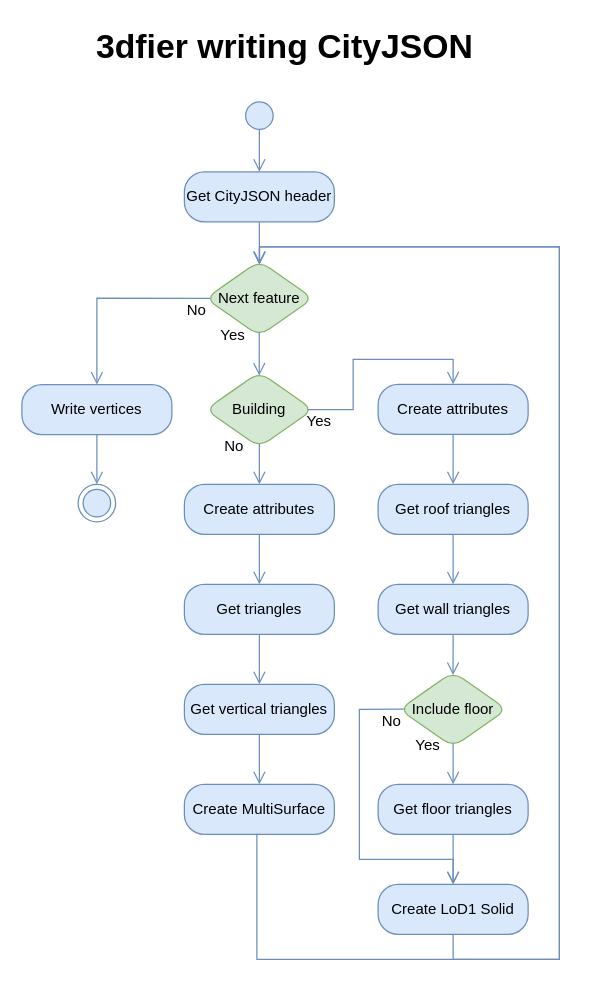
Above: resources/flowdiagrams/3dfier_writing_model_cityjson.drawio in tudelft3d/3dfier (draw.io), before the change. Source tidied: cells renumbered, new cells numbered last; positions are measured from the earlier drawing's top-left corner, leaving out a move shared by most shapes. Both pictures are drawn from the tidied source at 125%, with x=0, y=0 at pixel (21, 21).
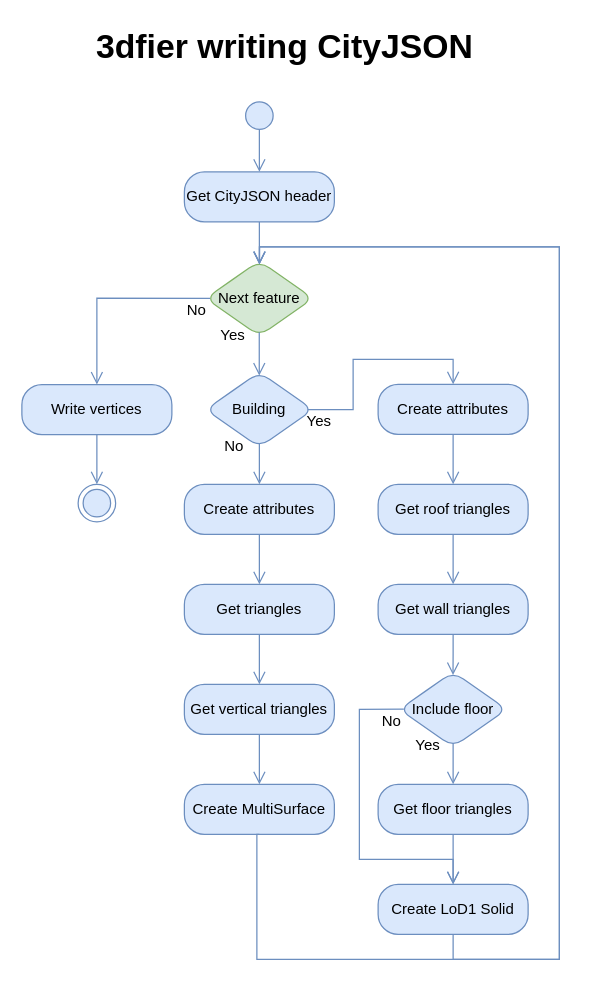
The same page after the edit.

What changed in the source:
```diff
@@
-    <mxCell id="13" value="Building" style="rhombus;whiteSpace=wrap;html=1;fillColor=#d5e8d4;strokeColor=#82b366;rounded=1;shadow=0;strokeWidth=1;perimeterSpacing=0;" parent="1" vertex="1">
+    <mxCell id="13" value="Building" style="rhombus;whiteSpace=wrap;html=1;fillColor=#dae8fc;strokeColor=#6c8ebf;rounded=1;shadow=0;strokeWidth=1;perimeterSpacing=0;" parent="1" vertex="1">
       <mxGeometry x="147" y="280.2" width="86" height="60" as="geometry" />
     </mxCell>
@@
-    <mxCell id="17" value="Include floor" style="rhombus;whiteSpace=wrap;html=1;fillColor=#d5e8d4;strokeColor=#82b366;rounded=1;shadow=0;strokeWidth=1;perimeterSpacing=0;" parent="1" vertex="1">
+    <mxCell id="17" value="Include floor" style="rhombus;whiteSpace=wrap;html=1;fillColor=#dae8fc;strokeColor=#6c8ebf;rounded=1;shadow=0;strokeWidth=1;perimeterSpacing=0;" parent="1" vertex="1">
       <mxGeometry x="302" y="520" width="86" height="60" as="geometry" />
     </mxCell>
```
